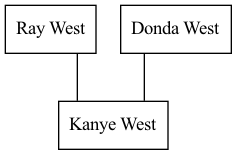
GlennOlsson/CSC482-FinalProj keeps this Graphviz diagram as output.png. Above is the earlier version. Its source is kept beside it as output.dot.
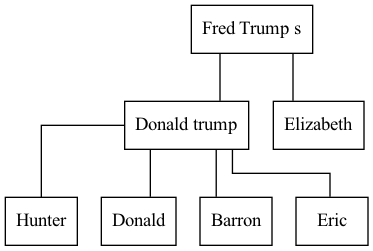
The same diagram one commit later.

Change to the diagram source:
```diff
@@ -1,10 +1,18 @@
 digraph
 {
 splines = ortho;
-KanyeWest71435173069827304276677014890840405538 [shape=box, label = "Kanye West", color = black];
-RayWest311824142581516262630679287810241490676 [shape=box, label = "Ray West", color = black];
-DondaWest124017802087053741265812677180901734571 [shape=box, label = "Donda West", color = black];
+Donaldtrump45264706564546068860878970444939494564 [shape=box, label = "Donald trump", color = black];
+FredTrumps226930769445084945718076965890387331409 [shape=box, label = "Fred Trump s", color = black];
+Elizabeth6985172364300160059201365138245413437 [shape=box, label = "Elizabeth", color = black];
+Hunter227467894174518219185470798224946430539 [shape=box, label = "Hunter", color = black];
+Donald199757898567538761846552748226778413481 [shape=box, label = "Donald", color = black];
+Barron185510464415539139655896153743752890142 [shape=box, label = "Barron", color = black];
+Eric9649798046357830882080933414496728850 [shape=box, label = "Eric", color = black];
 
-DondaWest124017802087053741265812677180901734571 -> KanyeWest71435173069827304276677014890840405538 [dir=none];
-RayWest311824142581516262630679287810241490676 -> KanyeWest71435173069827304276677014890840405538 [dir=none];
+Donaldtrump45264706564546068860878970444939494564 -> Barron185510464415539139655896153743752890142 [dir=none];
+Donaldtrump45264706564546068860878970444939494564 -> Donald199757898567538761846552748226778413481 [dir=none];
+Donaldtrump45264706564546068860878970444939494564 -> Eric9649798046357830882080933414496728850 [dir=none];
+Donaldtrump45264706564546068860878970444939494564 -> Hunter227467894174518219185470798224946430539 [dir=none];
+FredTrumps226930769445084945718076965890387331409 -> Donaldtrump45264706564546068860878970444939494564 [dir=none];
+FredTrumps226930769445084945718076965890387331409 -> Elizabeth6985172364300160059201365138245413437 [dir=none];
 }
```
